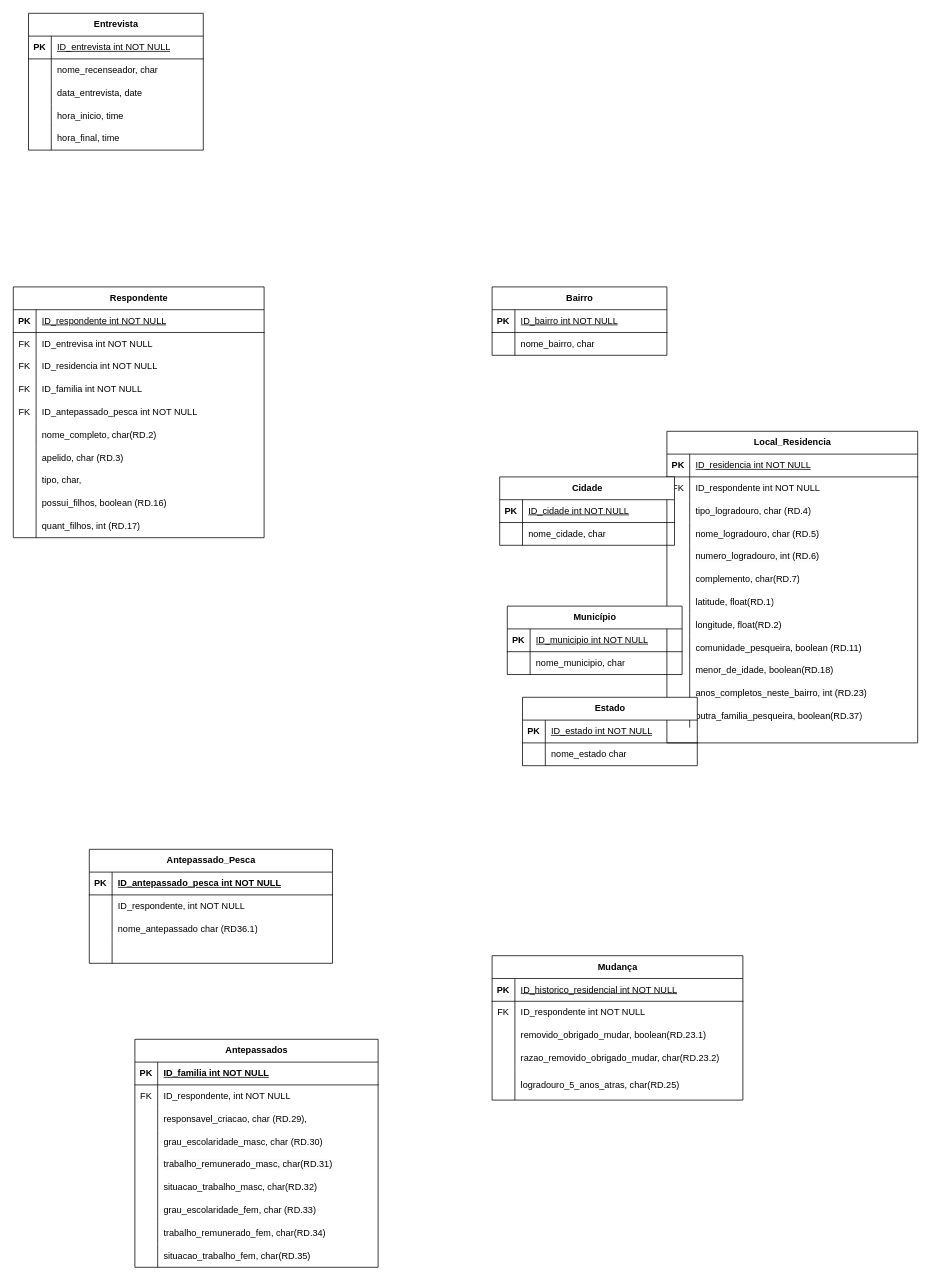
Earlier version of the draw.io diagram mer_1.drawio (larisard/mer). Source tidied: cells renumbered, new cells numbered last; positions are measured from the earlier drawing's top-left corner, leaving out a move shared by most shapes. Both pictures are drawn from the tidied source at 76%, with x=0, y=0 at pixel (13, 13).
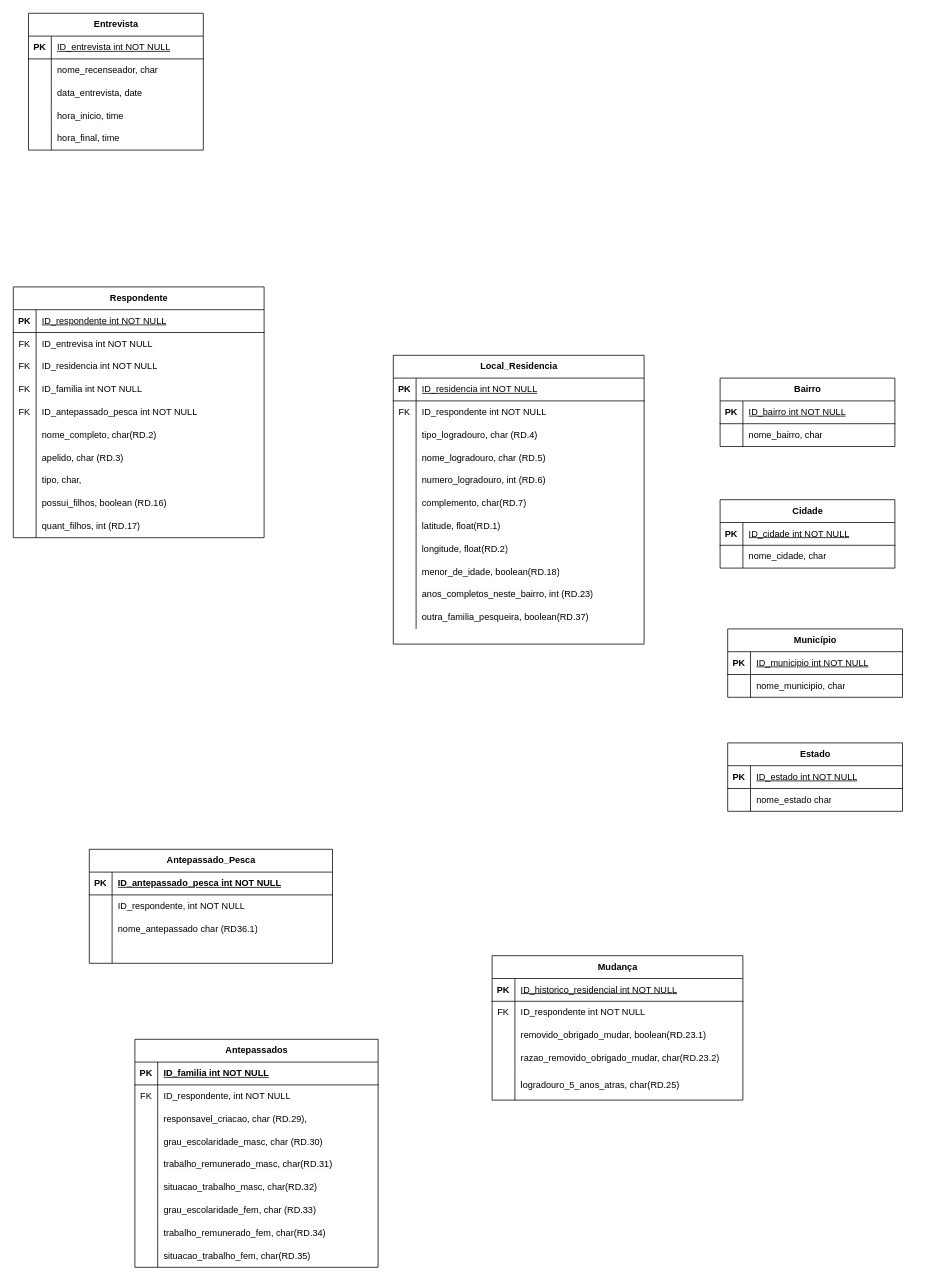
The same page after the edit.

The edit, as a diff of the source:
```diff
@@
     <mxCell id="106" value="Local_Residencia" style="shape=table;startSize=30;childLayout=tableLayout;rowLines=0;fontStyle=1;align=center;html=1;" parent="1" vertex="1">
-      <mxGeometry x="860" y="550" width="330" height="410" as="geometry" />
+      <mxGeometry x="500" y="450" width="330" height="380" as="geometry" />
     </mxCell>
@@
-    <mxCell id="131" style="shape=tableRow;horizontal=0;startSize=0;swimlaneHead=0;swimlaneBody=0;fillColor=none;top=0;left=0;right=0;bottom=0;" parent="106" vertex="1">
-      <mxGeometry y="270" width="330" height="30" as="geometry" />
-    </mxCell>
-    <mxCell id="132" style="shape=partialRectangle;fillColor=none;top=0;left=0;bottom=0;right=0;overflow=hidden;whiteSpace=wrap;html=1;" parent="131" vertex="1">
-      <mxGeometry width="30" height="30" as="geometry" />
-    </mxCell>
-    <mxCell id="133" value="&lt;div style=&quot;text-wrap-mode: nowrap;&quot;&gt;&lt;div&gt;&lt;span style=&quot;background-color: initial;&quot;&gt;comunidade_pesqueira, boolean (RD.11)&lt;/span&gt;&lt;/div&gt;&lt;/div&gt;" style="shape=partialRectangle;fillColor=none;top=0;left=0;bottom=0;right=0;align=left;spacingLeft=6;overflow=hidden;whiteSpace=wrap;html=1;" parent="131" vertex="1">
-      <mxGeometry x="30" width="300" height="30" as="geometry" />
-    </mxCell>
     <mxCell id="134" style="shape=tableRow;horizontal=0;startSize=0;swimlaneHead=0;swimlaneBody=0;fillColor=none;top=0;left=0;right=0;bottom=0;" parent="106" vertex="1">
-      <mxGeometry y="300" width="330" height="30" as="geometry" />
+      <mxGeometry y="270" width="330" height="30" as="geometry" />
     </mxCell>
@@
     <mxCell id="137" style="shape=tableRow;horizontal=0;startSize=0;swimlaneHead=0;swimlaneBody=0;fillColor=none;top=0;left=0;right=0;bottom=0;" parent="106" vertex="1">
-      <mxGeometry y="330" width="330" height="30" as="geometry" />
+      <mxGeometry y="300" width="330" height="30" as="geometry" />
     </mxCell>
@@
     <mxCell id="140" style="shape=tableRow;horizontal=0;startSize=0;swimlaneHead=0;swimlaneBody=0;fillColor=none;top=0;left=0;right=0;bottom=0;" parent="106" vertex="1">
-      <mxGeometry y="360" width="330" height="30" as="geometry" />
+      <mxGeometry y="330" width="330" height="30" as="geometry" />
     </mxCell>
@@
     <mxCell id="143" value="Bairro" style="shape=table;startSize=30;childLayout=tableLayout;rowLines=0;fontStyle=1;align=center;html=1;" parent="1" vertex="1">
-      <mxGeometry x="630" y="360" width="230" height="90" as="geometry" />
+      <mxGeometry x="930" y="480" width="230" height="90" as="geometry" />
     </mxCell>
@@
     <mxCell id="150" value="Município" style="shape=table;startSize=30;childLayout=tableLayout;rowLines=0;fontStyle=1;align=center;html=1;" parent="1" vertex="1">
-      <mxGeometry x="650" y="780" width="230" height="90" as="geometry" />
+      <mxGeometry x="940" y="810" width="230" height="90" as="geometry" />
     </mxCell>
@@
     <mxCell id="157" value="Estado" style="shape=table;startSize=30;childLayout=tableLayout;rowLines=0;fontStyle=1;align=center;html=1;" parent="1" vertex="1">
-      <mxGeometry x="670" y="900" width="230" height="90" as="geometry" />
+      <mxGeometry x="940" y="960" width="230" height="90" as="geometry" />
     </mxCell>
@@
     <mxCell id="164" value="Cidade" style="shape=table;startSize=30;childLayout=tableLayout;rowLines=0;fontStyle=1;align=center;html=1;" parent="1" vertex="1">
-      <mxGeometry x="640" y="610" width="230" height="90" as="geometry" />
+      <mxGeometry x="930" y="640" width="230" height="90" as="geometry" />
     </mxCell>
```
